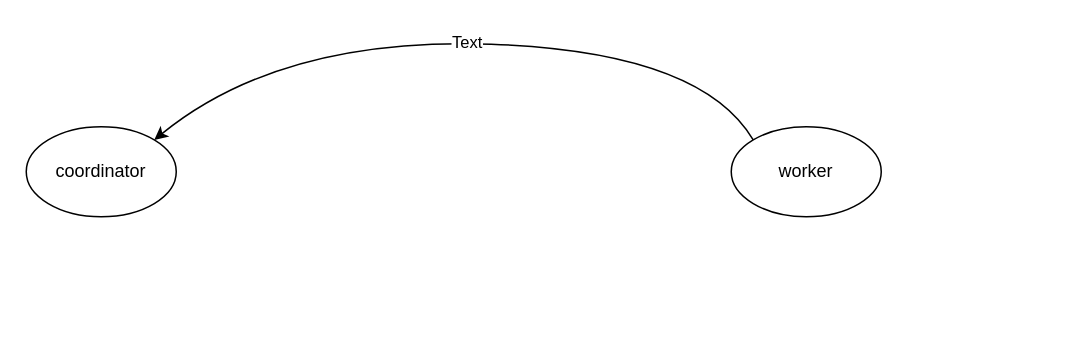
This is lab中MapReduce架构.drawio from FunkLiu/A-mini-porgram-about-Gaokao, a draw.io file, before an edit. Source tidied: cells renumbered, new cells numbered last; positions are measured from the earlier drawing's top-left corner, leaving out a move shared by most shapes. Both pictures are drawn from the tidied source at 150%, with x=0, y=0 at pixel (26, 36).
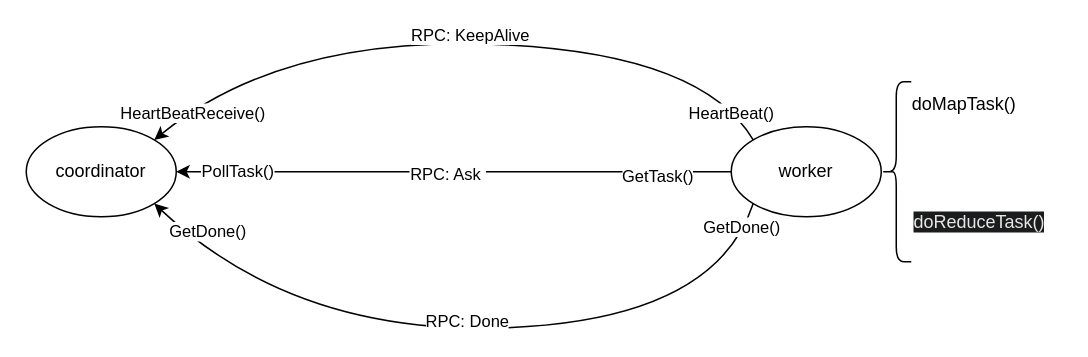
After the change.

Commit message (it also covers changes not shown here):
更新lab中MapReduce架构.drawio

The change refers to these unchanged cells:
```xml
<mxCell id="2" value="coordinator" style="ellipse;whiteSpace=wrap;html=1;" parent="1" vertex="1">
  <mxGeometry y="60" width="100" height="60" as="geometry" />
</mxCell>
<mxCell id="3" value="worker" style="ellipse;whiteSpace=wrap;html=1;" parent="1" vertex="1">
  <mxGeometry x="470" y="60" width="100" height="60" as="geometry" />
</mxCell>
<mxCell id="4" style="curved=1;endArrow=classic;html=1;rounded=0;entryX=1;entryY=0;entryDx=0;entryDy=0;exitX=0;exitY=0;exitDx=0;exitDy=0;" parent="1" edge="1" source="3" target="2">
  <mxGeometry relative="1" as="geometry">
    <Array as="points">
      <mxPoint x="450" y="10" />
      <mxPoint x="170" />
    </Array>
  </mxGeometry>
</mxCell>
```

Change to the diagram source:
```diff
@@
+    <mxCell id="6" style="edgeStyle=orthogonalEdgeStyle;rounded=0;jettySize=auto;html=1;exitX=0;exitY=0.5;exitDx=0;exitDy=0;" parent="1" edge="1" source="3" target="2">
+      <mxGeometry relative="1" as="geometry" />
+    </mxCell>
+    <mxCell id="7" value="GetTask()" style="edgeLabel;html=1;align=center;verticalAlign=middle;" parent="6" vertex="1">
+      <mxGeometry x="-0.82" y="2" relative="1" as="geometry">
+        <mxPoint x="-17" as="offset" />
+      </mxGeometry>
+    </mxCell>
+    <mxCell id="8" value="PollTask()" style="edgeLabel;html=1;align=center;verticalAlign=middle;" parent="6" vertex="1">
+      <mxGeometry x="0.88" y="-1" relative="1" as="geometry">
+        <mxPoint x="18" as="offset" />
+      </mxGeometry>
+    </mxCell>
+    <mxCell id="9" value="RPC: Ask&amp;nbsp;" style="edgeLabel;html=1;align=center;verticalAlign=middle;" parent="6" vertex="1">
+      <mxGeometry x="0.07" y="1" relative="1" as="geometry">
+        <mxPoint x="8" as="offset" />
+      </mxGeometry>
+    </mxCell>
@@
-    <mxCell id="5" value="Text" style="edgeLabel;html=1;align=center;verticalAlign=middle;" parent="4" vertex="1">
-      <mxGeometry x="0.1" relative="1" as="geometry">
-        <mxPoint x="27" as="offset" />
-      </mxGeometry>
-    </mxCell>
+    <mxCell id="10" value="HeartBeat()" style="edgeLabel;html=1;align=center;verticalAlign=middle;" parent="4" vertex="1">
+      <mxGeometry x="-0.92" y="2" relative="1" as="geometry">
+        <mxPoint x="-4" y="-4" as="offset" />
+      </mxGeometry>
+    </mxCell>
+    <mxCell id="11" value="HeartBeatReceive()" style="edgeLabel;html=1;align=center;verticalAlign=middle;" parent="4" vertex="1">
+      <mxGeometry x="0.94" y="1" relative="1" as="geometry">
+        <mxPoint x="14" y="-11" as="offset" />
+      </mxGeometry>
+    </mxCell>
+    <mxCell id="12" value="RPC: KeepAlive" style="edgeLabel;html=1;align=center;verticalAlign=middle;" parent="4" vertex="1">
+      <mxGeometry x="0.72" y="1" relative="1" as="geometry">
+        <mxPoint x="159" y="-30" as="offset" />
+      </mxGeometry>
+    </mxCell>
+    <mxCell id="13" style="curved=1;endArrow=classic;html=1;rounded=0;entryX=1;entryY=1;entryDx=0;entryDy=0;exitX=0;exitY=1;exitDx=0;exitDy=0;" parent="1" edge="1" source="3" target="2">
+      <mxGeometry relative="1" as="geometry">
+        <Array as="points">
+          <mxPoint x="459" y="189" />
+          <mxPoint x="179" y="199" />
+        </Array>
+      </mxGeometry>
+    </mxCell>
+    <mxCell id="14" value="GetDone()" style="edgeLabel;html=1;align=center;verticalAlign=middle;" parent="13" vertex="1">
+      <mxGeometry x="-0.92" y="2" relative="1" as="geometry">
+        <mxPoint x="-4" y="-4" as="offset" />
+      </mxGeometry>
+    </mxCell>
+    <mxCell id="15" value="GetDone()" style="edgeLabel;html=1;align=center;verticalAlign=middle;" parent="13" vertex="1">
+      <mxGeometry x="0.94" y="1" relative="1" as="geometry">
+        <mxPoint x="25" y="8" as="offset" />
+      </mxGeometry>
+    </mxCell>
+    <mxCell id="16" value="RPC: Done" style="edgeLabel;html=1;align=center;verticalAlign=middle;" parent="13" vertex="1">
+      <mxGeometry x="0.72" y="1" relative="1" as="geometry">
+        <mxPoint x="159" y="31" as="offset" />
+      </mxGeometry>
+    </mxCell>
+    <mxCell id="17" style="shape=curlyBracket;whiteSpace=wrap;html=1;rounded=1;labelPosition=left;verticalLabelPosition=middle;align=right;verticalAlign=middle;" parent="1" vertex="1">
+      <mxGeometry x="570" y="30" width="20" height="120" as="geometry" />
+    </mxCell>
+    <mxCell id="18" value="doMapTask()" style="text;html=1;align=center;verticalAlign=middle;strokeColor=none;fillColor=none;" parent="1" vertex="1">
+      <mxGeometry x="580" y="30" width="90" height="30" as="geometry" />
+    </mxCell>
+    <mxCell id="19" value="&lt;span style=&quot;color: rgb(232, 230, 227); font-family: Helvetica; font-size: 12px; font-style: normal; font-variant-ligatures: normal; font-variant-caps: normal; font-weight: 400; letter-spacing: normal; orphans: 2; text-align: center; text-indent: 0px; text-transform: none; widows: 2; word-spacing: 0px; -webkit-text-stroke-width: 0px; white-space: nowrap; background-color: rgb(26, 28, 30); text-decoration-thickness: initial; text-decoration-style: initial; text-decoration-color: initial; float: none; display: inline !important; --darkreader-inline-color: #d8d4cf; --darkreader-inline-bgcolor: #151718;&quot;&gt;doReduceTask()&lt;/span&gt;" style="text;whiteSpace=wrap;html=1;" parent="1" vertex="1">
+      <mxGeometry x="590" y="110" width="100" height="40" as="geometry" />
+    </mxCell>
```
